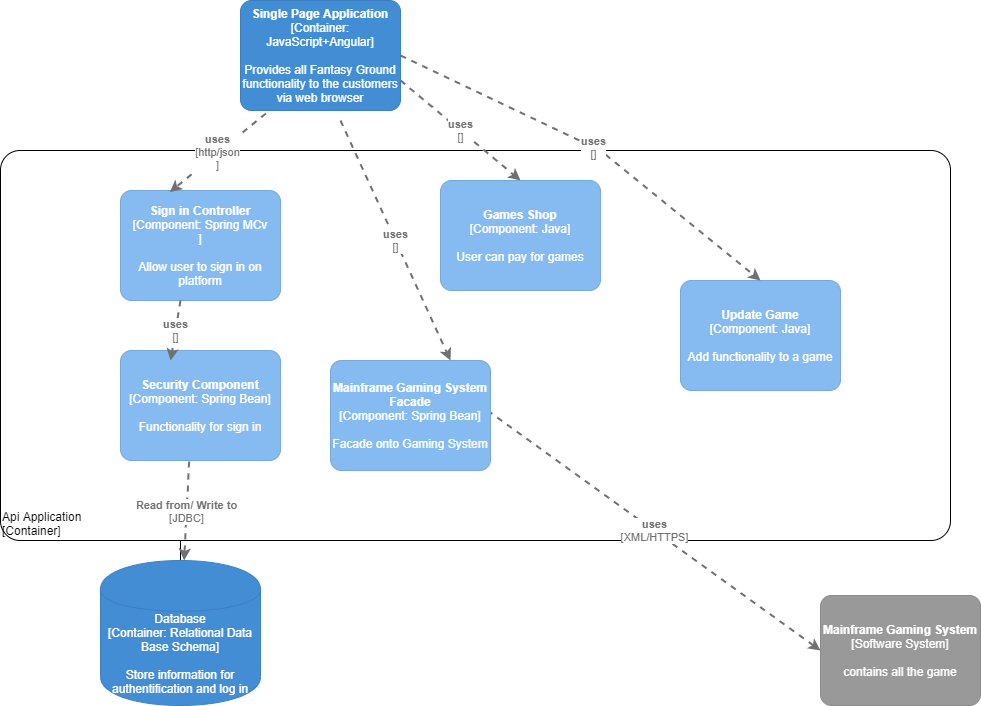
The draw.io diagram Components.png in Madalina0303/Ip-lab4, before a commit. Source tidied: cells renumbered, new cells last; positions are measured from the earlier drawing's top-left corner, leaving out a move shared by most shapes.
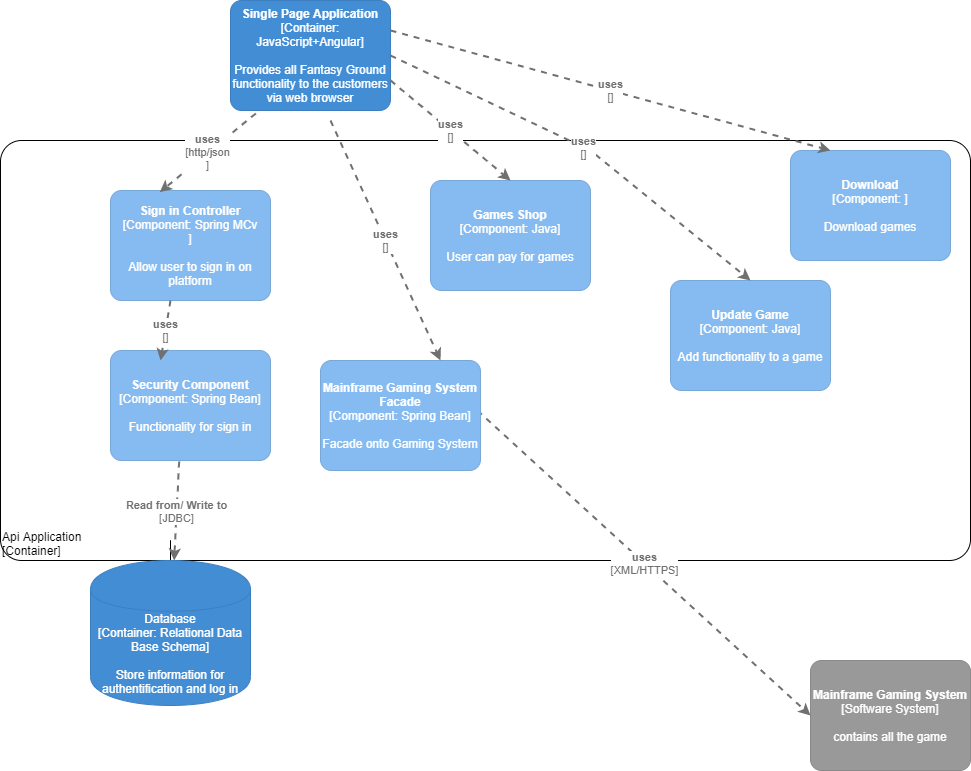
After the change.

Diff of the diagram source:
```diff
@@ -4,7 +4,7 @@
     <mxCell id="1" parent="0" />
     <object id="2" label="&lt;div style=&quot;text-align: left&quot;&gt;%c4Name%&lt;/div&gt;&lt;div style=&quot;text-align: left&quot;&gt;[%c4Application%]&lt;/div&gt;" c4Application="Container" c4Name="Api Application" c4Type="ExecutionEnvironment" placeholders="1">
       <mxCell style="rounded=1;whiteSpace=wrap;html=1;labelBackgroundColor=none;fillColor=#ffffff;fontColor=#000000;align=left;arcSize=5;strokeColor=#000000;verticalAlign=bottom;metaData={&quot;c4Type&quot;:{&quot;editable&quot;:false}};" parent="1" vertex="1">
-        <mxGeometry y="150" width="950" height="390" as="geometry" />
+        <mxGeometry x="10" y="140" width="970" height="420" as="geometry" />
       </mxCell>
     </object>
     <object id="3" label="&lt;b&gt;%c4Name%&lt;/b&gt;&lt;div&gt;[%c4Type%: %c4Technology%]&lt;/div&gt;&lt;br&gt;&lt;div&gt;%c4Description%&lt;/div&gt;" c4Description="Provides all Fantasy Ground functionality   to  the customers via web browser" c4Name="Single Page Application" c4Technology="JavaScript+Angular" c4Type="Container" placeholders="1">
@@ -51,7 +51,7 @@
     </object>
     <object id="11" label="&lt;b&gt;%c4Name%&lt;/b&gt;&lt;div&gt;[%c4Type%]&lt;/div&gt;&lt;br&gt;&lt;div&gt;%c4Description%&lt;/div&gt;" c4Description="contains all the game" c4Name="Mainframe Gaming System" c4Type="Software System" placeholders="1">
       <mxCell style="rounded=1;whiteSpace=wrap;html=1;labelBackgroundColor=none;fillColor=#999999;fontColor=#ffffff;align=center;arcSize=10;strokeColor=#8A8A8A;metaData={&quot;c4Type&quot;:{&quot;editable&quot;:false}};points=[[0.25,0,0],[0.5,0,0],[0.75,0,0],[1,0.25,0],[1,0.5,0],[1,0.75,0],[0.75,1,0],[0.5,1,0],[0.25,1,0],[0,0.75,0],[0,0.5,0],[0,0.25,0]];" parent="1" vertex="1">
-        <mxGeometry x="820" y="595" width="160" height="110" as="geometry" />
+        <mxGeometry x="820" y="660" width="160" height="110" as="geometry" />
       </mxCell>
     </object>
     <object id="12" label="&lt;div style=&quot;text-align: left&quot;&gt;&lt;div style=&quot;text-align: center&quot;&gt;&lt;b&gt;%c4Description%&lt;/b&gt;&lt;/div&gt;&lt;div style=&quot;text-align: center&quot;&gt;[%c4Technology%]&lt;/div&gt;&lt;/div&gt;" c4Description="uses" c4Technology="XML/HTTPS" c4Type="Relationship" placeholders="1">
@@ -99,5 +99,17 @@
         </mxGeometry>
       </mxCell>
     </object>
+    <object id="19" label="&lt;b&gt;%c4Name%&lt;/b&gt;&lt;div&gt;[%c4Type%: %c4Technology%]&lt;/div&gt;&lt;br&gt;&lt;div&gt;%c4Description%&lt;/div&gt;" c4Description="Download games" c4Name="Download " c4Technology="" c4Type="Component" placeholders="1">
+      <mxCell style="rounded=1;whiteSpace=wrap;html=1;labelBackgroundColor=none;fillColor=#85BBF0;fontColor=#ffffff;align=center;arcSize=10;strokeColor=#78A8D8;metaData={&quot;c4Type&quot;:{&quot;editable&quot;:false}};points=[[0.25,0,0],[0.5,0,0],[0.75,0,0],[1,0.25,0],[1,0.5,0],[1,0.75,0],[0.75,1,0],[0.5,1,0],[0.25,1,0],[0,0.75,0],[0,0.5,0],[0,0.25,0]];" parent="1" vertex="1">
+        <mxGeometry x="800" y="150" width="160" height="110" as="geometry" />
+      </mxCell>
+    </object>
+    <object id="20" label="&lt;div style=&quot;text-align: left&quot;&gt;&lt;div style=&quot;text-align: center&quot;&gt;&lt;b&gt;%c4Description%&lt;/b&gt;&lt;/div&gt;&lt;div style=&quot;text-align: center&quot;&gt;[%c4Technology%]&lt;/div&gt;&lt;/div&gt;" c4Description="uses" c4Technology="" c4Type="Relationship" placeholders="1">
+      <mxCell style="edgeStyle=none;rounded=0;html=1;entryX=0.25;entryY=0;jettySize=auto;strokeColor=#707070;strokeWidth=2;fontColor=#707070;jumpStyle=none;dashed=1;metaData={&quot;c4Type&quot;:{&quot;editable&quot;:false}};entryDx=0;entryDy=0;entryPerimeter=0;" parent="1" edge="1" target="19">
+        <mxGeometry relative="1" as="geometry">
+          <mxPoint x="400" y="30" as="sourcePoint" />
+        </mxGeometry>
+      </mxCell>
+    </object>
   </root>
 </mxGraphModel>
```
